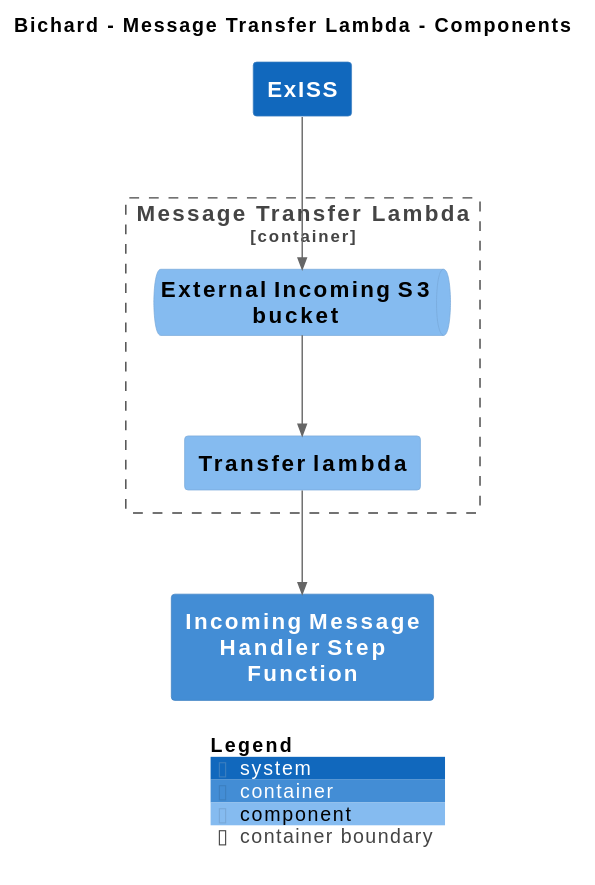
The PlantUML diagram main/svg/Component-003.svg in ministryofjustice/bichard7-next-core, before a commit. Its source is kept beside it as main/puml/Component-003.puml. Source of this version:
```plantuml
@startuml
set separator none
title Bichard - Message Transfer Lambda - Components

top to bottom direction

!include <C4/C4>
!include <C4/C4_Context>
!include <C4/C4_Container>
!include <C4/C4_Component>

System(ExISS, "ExISS", $descr="", $tags="", $link="")
Container(Bichard.IncomingMessageHandlerStepFunction, "Incoming Message Handler Step Function", $techn="", $descr="", $tags="", $link="")

Container_Boundary("Bichard.MessageTransferLambda_boundary", "Message Transfer Lambda", $tags="") {
  ComponentQueue(Bichard.MessageTransferLambda.ExternalIncomingS3bucket, "External Incoming S3 bucket", $techn="", $descr="", $tags="", $link="")
  Component(Bichard.MessageTransferLambda.Transferlambda, "Transfer lambda", $techn="", $descr="", $tags="", $link="")
}

Rel(ExISS, Bichard.MessageTransferLambda.ExternalIncomingS3bucket, "", $techn="", $tags="", $link="")
Rel(Bichard.MessageTransferLambda.ExternalIncomingS3bucket, Bichard.MessageTransferLambda.Transferlambda, "", $techn="", $tags="", $link="")
Rel(Bichard.MessageTransferLambda.Transferlambda, Bichard.IncomingMessageHandlerStepFunction, "", $techn="", $tags="", $link="")

SHOW_LEGEND(true)
@enduml
```
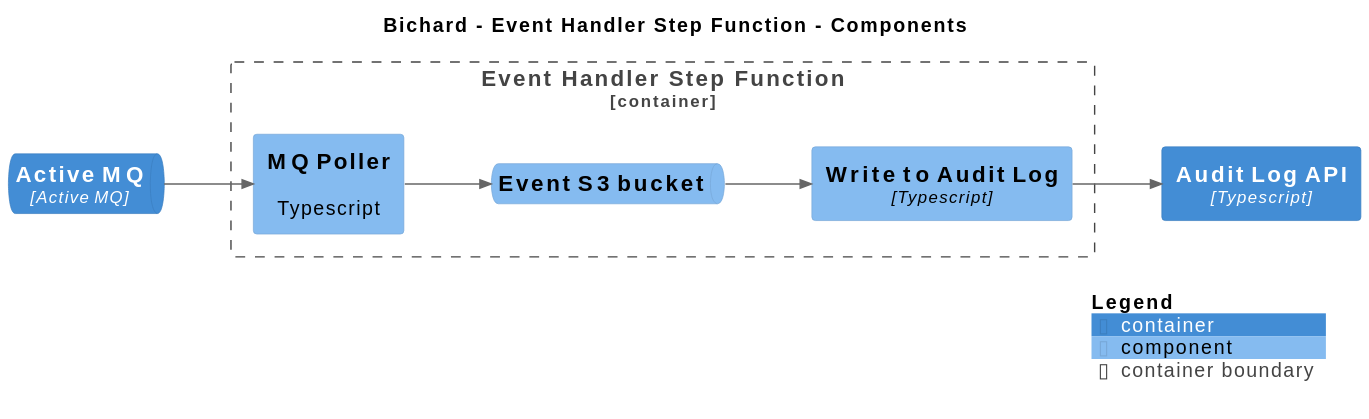
The same file after the commit.

Diff of the diagram source:
```diff
@@ -1,25 +1,27 @@
 @startuml
 set separator none
-title Bichard - Message Transfer Lambda - Components
+title Bichard - Event Handler Step Function - Components
 
-top to bottom direction
+left to right direction
 
 !include <C4/C4>
 !include <C4/C4_Context>
 !include <C4/C4_Container>
 !include <C4/C4_Component>
 
-System(ExISS, "ExISS", $descr="", $tags="", $link="")
-Container(Bichard.IncomingMessageHandlerStepFunction, "Incoming Message Handler Step Function", $techn="", $descr="", $tags="", $link="")
+ContainerQueue(Bichard.ActiveMQ, "Active MQ", $techn="Active MQ", $descr="", $tags="", $link="")
+Container(Bichard.AuditLogAPI, "Audit Log API", $techn="Typescript", $descr="", $tags="", $link="")
 
-Container_Boundary("Bichard.MessageTransferLambda_boundary", "Message Transfer Lambda", $tags="") {
-  ComponentQueue(Bichard.MessageTransferLambda.ExternalIncomingS3bucket, "External Incoming S3 bucket", $techn="", $descr="", $tags="", $link="")
-  Component(Bichard.MessageTransferLambda.Transferlambda, "Transfer lambda", $techn="", $descr="", $tags="", $link="")
+Container_Boundary("Bichard.EventHandlerStepFunction_boundary", "Event Handler Step Function", $tags="") {
+  Component(Bichard.EventHandlerStepFunction.MQPoller, "MQ Poller", $techn="", $descr="Typescript", $tags="", $link="")
+  ComponentQueue(Bichard.EventHandlerStepFunction.EventS3bucket, "Event S3 bucket", $techn="", $descr="", $tags="", $link="")
+  Component(Bichard.EventHandlerStepFunction.WritetoAuditLog, "Write to Audit Log", $techn="Typescript", $descr="", $tags="", $link="")
 }
 
-Rel(ExISS, Bichard.MessageTransferLambda.ExternalIncomingS3bucket, "", $techn="", $tags="", $link="")
-Rel(Bichard.MessageTransferLambda.ExternalIncomingS3bucket, Bichard.MessageTransferLambda.Transferlambda, "", $techn="", $tags="", $link="")
-Rel(Bichard.MessageTransferLambda.Transferlambda, Bichard.IncomingMessageHandlerStepFunction, "", $techn="", $tags="", $link="")
+Rel(Bichard.ActiveMQ, Bichard.EventHandlerStepFunction.MQPoller, "", $techn="", $tags="", $link="")
+Rel(Bichard.EventHandlerStepFunction.MQPoller, Bichard.EventHandlerStepFunction.EventS3bucket, "", $techn="", $tags="", $link="")
+Rel(Bichard.EventHandlerStepFunction.EventS3bucket, Bichard.EventHandlerStepFunction.WritetoAuditLog, "", $techn="", $tags="", $link="")
+Rel(Bichard.EventHandlerStepFunction.WritetoAuditLog, Bichard.AuditLogAPI, "", $techn="", $tags="", $link="")
 
 SHOW_LEGEND(true)
 @enduml
```
